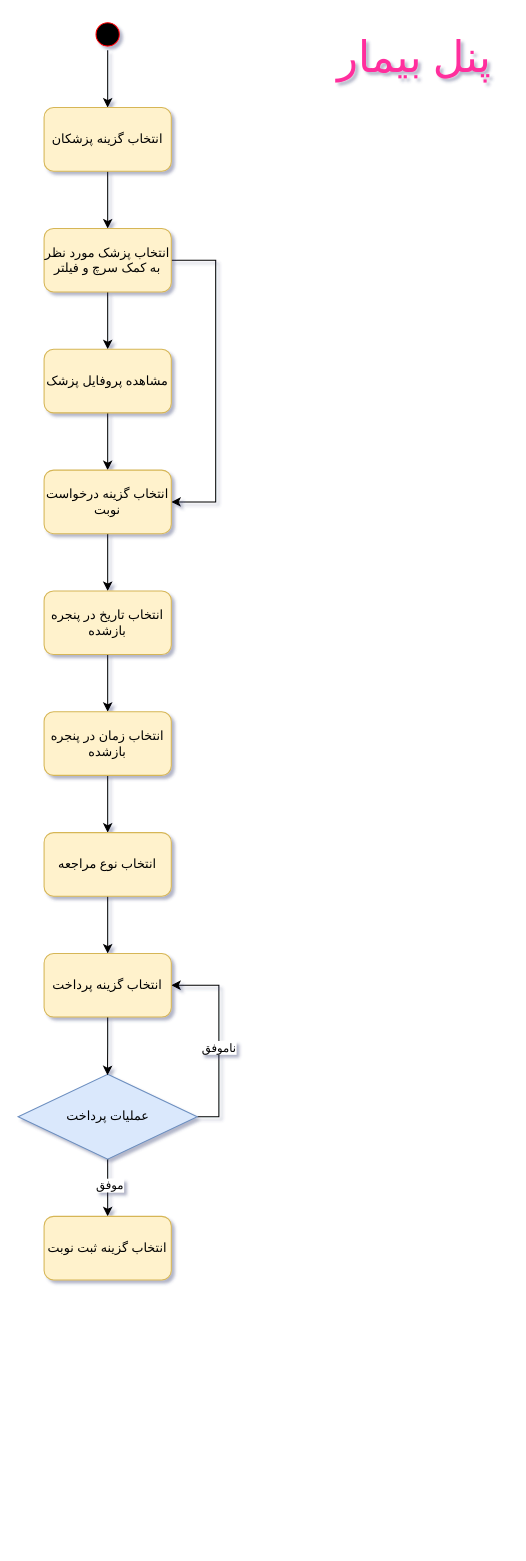
Matinrezaei/Software-Lab keeps this draw.io diagram as page "ثبت نوبت" (8 of 19) of ActivityDiagram.drawio. Above is the earlier version. Source tidied: cells renumbered, new cells numbered last; positions are measured from the earlier drawing's top-left corner, leaving out a move shared by most shapes. Both pictures are drawn from the tidied source at 106%, with x=0, y=0 at pixel (18, 18).
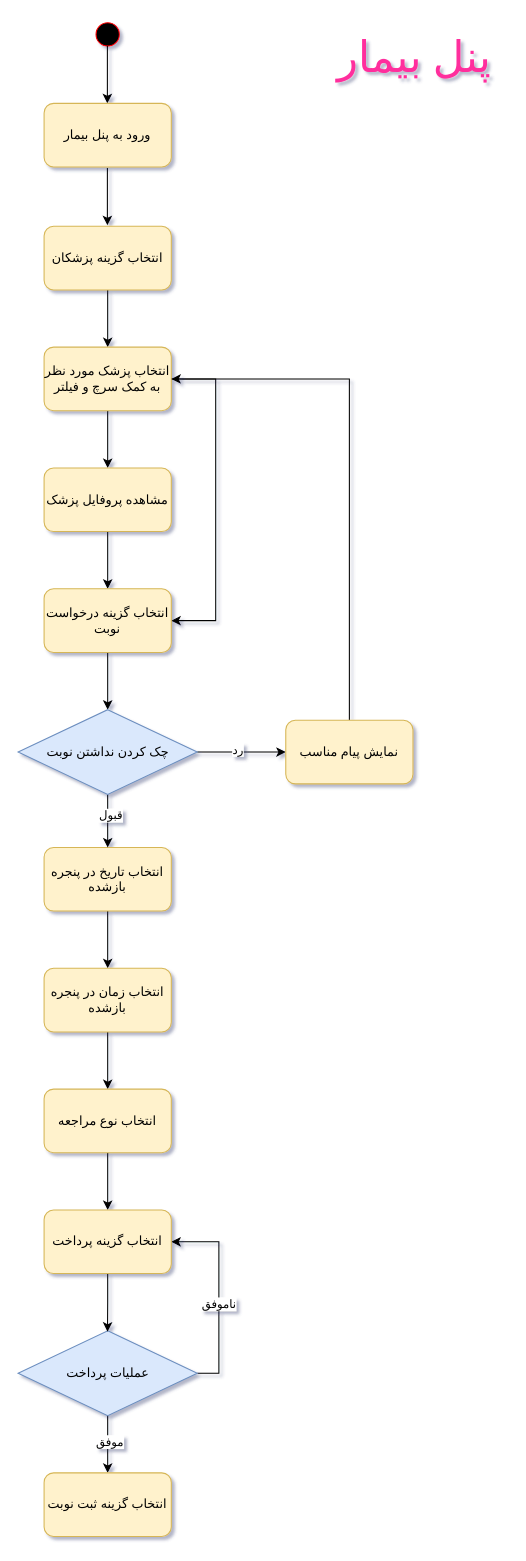
The same page after the edit.

Unchanged cells that the change refers to:
```xml
<mxCell id="3" style="ellipse;html=1;shape=startState;fillColor=#000000;strokeColor=#ff0000;" parent="1" vertex="1">
  <mxGeometry x="69.1" width="30" height="30" as="geometry" />
</mxCell>
```

Change to the diagram source:
```diff
@@
-    <mxCell id="2" style="edgeStyle=orthogonalEdgeStyle;rounded=0;jettySize=auto;html=1;entryX=0.5;entryY=0;entryDx=0;entryDy=0;" parent="1" edge="1" source="3" target="5">
-      <mxGeometry relative="1" as="geometry" />
-    </mxCell>
@@
     <mxCell id="5" value="انتخاب گزینه پزشکان" style="rounded=1;whiteSpace=wrap;html=1;fillColor=#fff2cc;strokeColor=#d6b656;" parent="1" vertex="1">
-      <mxGeometry x="24.1" y="84" width="120" height="60" as="geometry" />
+      <mxGeometry x="24.1" y="196" width="120" height="60" as="geometry" />
     </mxCell>
@@
     <mxCell id="8" style="edgeStyle=orthogonalEdgeStyle;rounded=0;jettySize=auto;html=1;entryX=1;entryY=0.5;entryDx=0;entryDy=0;" parent="1" edge="1" source="10" target="25">
       <mxGeometry relative="1" as="geometry">
         <Array as="points">
-          <mxPoint x="189" y="1036" />
-          <mxPoint x="189" y="912" />
+          <mxPoint x="189" y="1278" />
+          <mxPoint x="189" y="1154" />
         </Array>
       </mxGeometry>
     </mxCell>
@@
     <mxCell id="10" value="عملیات پرداخت" style="rhombus;whiteSpace=wrap;html=1;fillColor=#dae8fc;strokeColor=#6c8ebf;" parent="1" vertex="1">
-      <mxGeometry x="-0.4" y="996" width="169" height="80" as="geometry" />
+      <mxGeometry x="-0.4" y="1238" width="169" height="80" as="geometry" />
     </mxCell>
@@
     <mxCell id="12" style="edgeStyle=orthogonalEdgeStyle;rounded=0;jettySize=auto;html=1;entryX=1;entryY=0.5;entryDx=0;entryDy=0;" parent="1" edge="1" source="13" target="17">
       <mxGeometry relative="1" as="geometry">
         <Array as="points">
-          <mxPoint x="186" y="228" />
-          <mxPoint x="186" y="456" />
+          <mxPoint x="186" y="340" />
+          <mxPoint x="186" y="568" />
         </Array>
       </mxGeometry>
     </mxCell>
     <mxCell id="13" value="انتخاب پزشک مورد نظر به کمک سرچ و فیلتر" style="rounded=1;whiteSpace=wrap;html=1;fillColor=#fff2cc;strokeColor=#d6b656;" parent="1" vertex="1">
-      <mxGeometry x="24.1" y="198" width="120" height="60" as="geometry" />
+      <mxGeometry x="24.1" y="310" width="120" height="60" as="geometry" />
     </mxCell>
@@
     <mxCell id="15" value="مشاهده پروفایل پزشک" style="rounded=1;whiteSpace=wrap;html=1;fillColor=#fff2cc;strokeColor=#d6b656;" parent="1" vertex="1">
-      <mxGeometry x="24.1" y="312" width="120" height="60" as="geometry" />
+      <mxGeometry x="24.1" y="424" width="120" height="60" as="geometry" />
     </mxCell>
-    <mxCell id="16" style="edgeStyle=orthogonalEdgeStyle;rounded=0;jettySize=auto;html=1;entryX=0.5;entryY=0;entryDx=0;entryDy=0;" parent="1" edge="1" source="17" target="19">
-      <mxGeometry relative="1" as="geometry" />
-    </mxCell>
+    <mxCell id="28" style="edgeStyle=orthogonalEdgeStyle;rounded=0;jettySize=auto;html=1;entryX=0.5;entryY=0;entryDx=0;entryDy=0;" parent="1" edge="1" source="17" target="36">
+      <mxGeometry relative="1" as="geometry" />
+    </mxCell>
     <mxCell id="17" value="انتخاب گزینه درخواست نوبت" style="rounded=1;whiteSpace=wrap;html=1;fillColor=#fff2cc;strokeColor=#d6b656;" parent="1" vertex="1">
-      <mxGeometry x="24.1" y="426" width="120" height="60" as="geometry" />
+      <mxGeometry x="24.1" y="538" width="120" height="60" as="geometry" />
     </mxCell>
@@
     <mxCell id="19" value="انتخاب تاریخ در پنجره بازشده" style="rounded=1;whiteSpace=wrap;html=1;fillColor=#fff2cc;strokeColor=#d6b656;" parent="1" vertex="1">
-      <mxGeometry x="24.1" y="540" width="120" height="60" as="geometry" />
+      <mxGeometry x="24.1" y="782" width="120" height="60" as="geometry" />
     </mxCell>
@@
     <mxCell id="21" value="انتخاب زمان در پنجره بازشده" style="rounded=1;whiteSpace=wrap;html=1;fillColor=#fff2cc;strokeColor=#d6b656;" parent="1" vertex="1">
-      <mxGeometry x="24.1" y="654" width="120" height="60" as="geometry" />
+      <mxGeometry x="24.1" y="896" width="120" height="60" as="geometry" />
     </mxCell>
@@
     <mxCell id="23" value="انتخاب نوع مراجعه" style="rounded=1;whiteSpace=wrap;html=1;fillColor=#fff2cc;strokeColor=#d6b656;" parent="1" vertex="1">
-      <mxGeometry x="24.1" y="768" width="120" height="60" as="geometry" />
+      <mxGeometry x="24.1" y="1010" width="120" height="60" as="geometry" />
     </mxCell>
@@
     <mxCell id="25" value="انتخاب گزینه پرداخت" style="rounded=1;whiteSpace=wrap;html=1;fillColor=#fff2cc;strokeColor=#d6b656;" parent="1" vertex="1">
-      <mxGeometry x="24.1" y="882" width="120" height="60" as="geometry" />
+      <mxGeometry x="24.1" y="1124" width="120" height="60" as="geometry" />
     </mxCell>
     <mxCell id="26" value="انتخاب گزینه ثبت نوبت" style="rounded=1;whiteSpace=wrap;html=1;fillColor=#fff2cc;strokeColor=#d6b656;" parent="1" vertex="1">
-      <mxGeometry x="24.1" y="1130" width="120" height="60" as="geometry" />
+      <mxGeometry x="24.1" y="1372" width="120" height="60" as="geometry" />
     </mxCell>
@@
+    <mxCell id="29" style="edgeStyle=orthogonalEdgeStyle;rounded=0;orthogonalLoop=1;jettySize=auto;html=1;" parent="1" edge="1">
+      <mxGeometry relative="1" as="geometry">
+        <mxPoint x="83.8" y="26" as="sourcePoint" />
+        <mxPoint x="83.8" y="80" as="targetPoint" />
+      </mxGeometry>
+    </mxCell>
+    <mxCell id="30" value="ورود به پنل بیمار" style="rounded=1;whiteSpace=wrap;html=1;fillColor=#fff2cc;strokeColor=#d6b656;" parent="1" vertex="1">
+      <mxGeometry x="24.1" y="80" width="120" height="60" as="geometry" />
+    </mxCell>
+    <mxCell id="31" style="edgeStyle=orthogonalEdgeStyle;rounded=0;orthogonalLoop=1;jettySize=auto;html=1;entryX=0.5;entryY=0;entryDx=0;entryDy=0;" parent="1" edge="1">
+      <mxGeometry relative="1" as="geometry">
+        <mxPoint x="83.8" y="141" as="sourcePoint" />
+        <mxPoint x="83.8" y="195" as="targetPoint" />
+      </mxGeometry>
+    </mxCell>
+    <mxCell id="32" style="edgeStyle=orthogonalEdgeStyle;rounded=0;jettySize=auto;html=1;" parent="1" edge="1" source="36" target="19">
+      <mxGeometry relative="1" as="geometry" />
+    </mxCell>
+    <mxCell id="33" value="قبول" style="edgeLabel;html=1;align=center;verticalAlign=middle;" parent="32" vertex="1">
+      <mxGeometry x="-0.24" y="2" relative="1" as="geometry" />
+    </mxCell>
+    <mxCell id="34" style="edgeStyle=orthogonalEdgeStyle;rounded=0;jettySize=auto;html=1;" parent="1" edge="1" source="36" target="38">
+      <mxGeometry relative="1" as="geometry" />
+    </mxCell>
+    <mxCell id="35" value="رد" style="edgeLabel;html=1;align=center;verticalAlign=middle;" parent="34" vertex="1">
+      <mxGeometry x="-0.06" y="3" relative="1" as="geometry">
+        <mxPoint x="-1" as="offset" />
+      </mxGeometry>
+    </mxCell>
+    <mxCell id="36" value="چک کردن نداشتن نوبت" style="rhombus;whiteSpace=wrap;html=1;fillColor=#dae8fc;strokeColor=#6c8ebf;" parent="1" vertex="1">
+      <mxGeometry x="-0.4" y="652" width="169" height="80" as="geometry" />
+    </mxCell>
+    <mxCell id="37" style="edgeStyle=orthogonalEdgeStyle;rounded=0;jettySize=auto;html=1;entryX=1;entryY=0.5;entryDx=0;entryDy=0;" parent="1" edge="1" source="38" target="13">
+      <mxGeometry relative="1" as="geometry">
+        <Array as="points">
+          <mxPoint x="312" y="340" />
+        </Array>
+      </mxGeometry>
+    </mxCell>
+    <mxCell id="38" value="نمایش پیام مناسب" style="rounded=1;whiteSpace=wrap;html=1;fillColor=#fff2cc;strokeColor=#d6b656;" parent="1" vertex="1">
+      <mxGeometry x="252.1" y="662" width="120" height="60" as="geometry" />
+    </mxCell>
```
